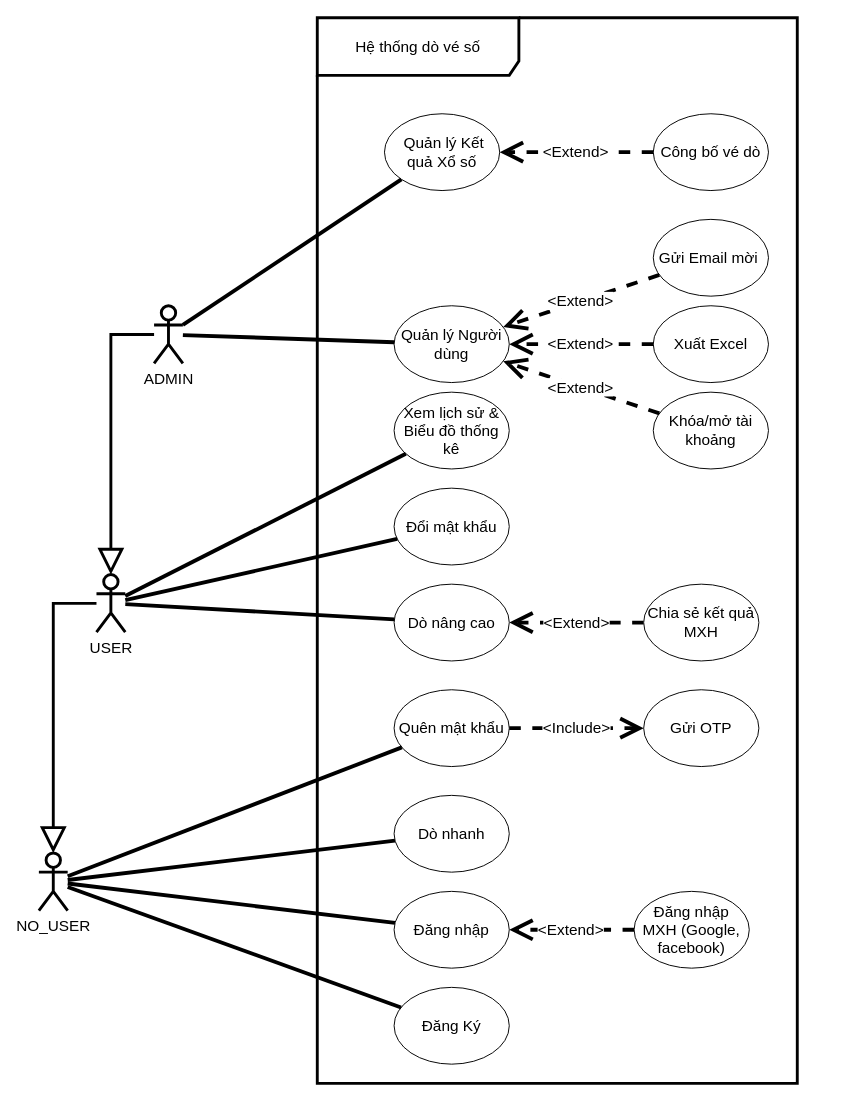
Stratoze/lab301 keeps this draw.io diagram as Task 1/Diagrams/Use Case Diagram.drawio. Above is the earlier version. Source tidied: cells renumbered, new cells numbered last; positions are measured from the earlier drawing's top-left corner, leaving out a move shared by most shapes. Both pictures are drawn from the tidied source at 96%, with x=0, y=0 at pixel (38, 17).
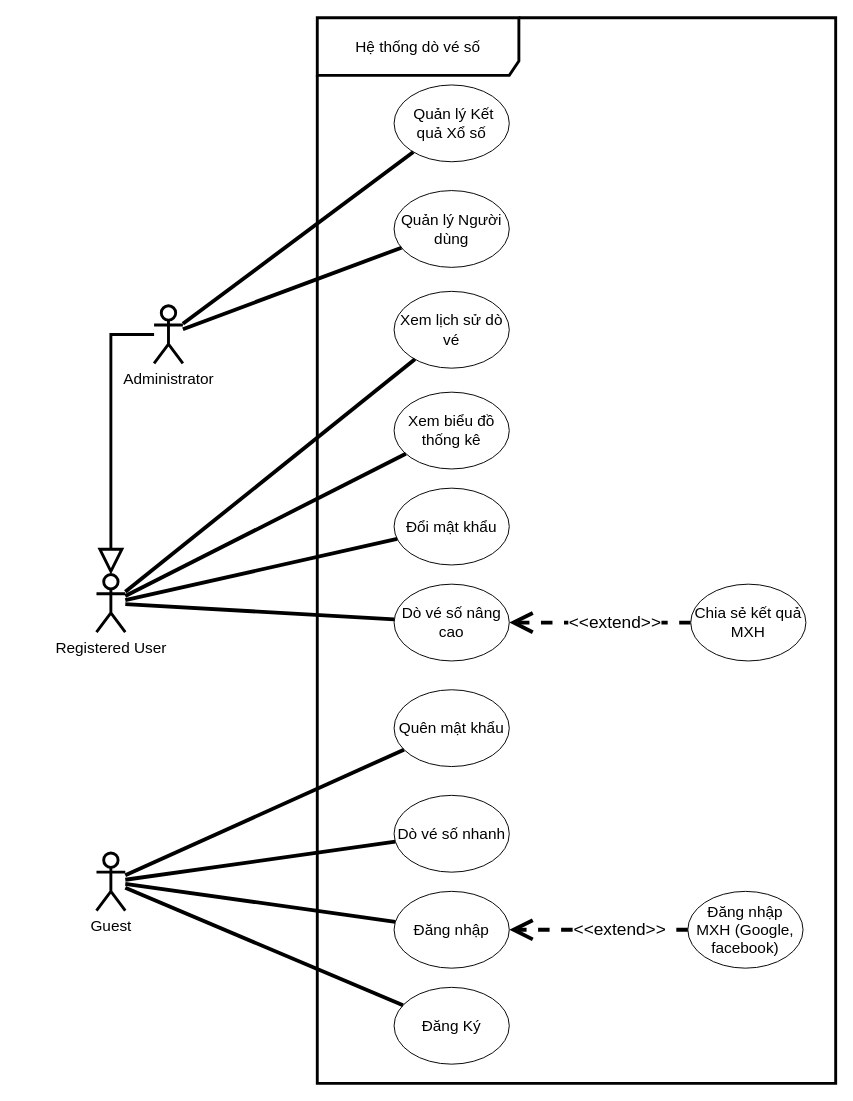
Above is the later version.

Commit message (it also covers changes not shown here):
updated usecase diagram

Unchanged cells that the change refers to:
```xml
<mxCell id="9" value="Đăng nhập" style="ellipse;whiteSpace=wrap;html=1;fontSize=16;" parent="1" vertex="1">
  <mxGeometry x="370" y="910" width="120" height="80" as="geometry" />
</mxCell>
<mxCell id="10" value="Quên mật khẩu" style="ellipse;whiteSpace=wrap;html=1;fontSize=16;" parent="1" vertex="1">
  <mxGeometry x="370" y="700" width="120" height="80" as="geometry" />
</mxCell>
```

What changed in the source:
```diff
@@
-    <mxCell id="3" value="&lt;div&gt;ADMIN&lt;/div&gt;" style="shape=umlActor;verticalLabelPosition=bottom;verticalAlign=top;html=1;outlineConnect=0;strokeWidth=3;fontSize=16;" parent="1" vertex="1">
+    <mxCell id="3" value="Administrator" style="shape=umlActor;verticalLabelPosition=bottom;verticalAlign=top;html=1;outlineConnect=0;strokeWidth=3;fontSize=16;" parent="1" vertex="1">
       <mxGeometry x="120" y="300" width="30" height="60" as="geometry" />
     </mxCell>
-    <mxCell id="4" style="edgeStyle=orthogonalEdgeStyle;rounded=0;jettySize=auto;html=1;endArrow=block;endFill=0;endSize=20;startSize=20;strokeWidth=3;fontSize=16;" parent="1" edge="1" source="5" target="6">
-      <mxGeometry relative="1" as="geometry" />
-    </mxCell>
-    <mxCell id="5" value="&lt;div&gt;USER&lt;/div&gt;" style="shape=umlActor;verticalLabelPosition=bottom;verticalAlign=top;html=1;outlineConnect=0;strokeWidth=3;fontSize=16;" parent="1" vertex="1">
+    <mxCell id="5" value="Registered User" style="shape=umlActor;verticalLabelPosition=bottom;verticalAlign=top;html=1;outlineConnect=0;strokeWidth=3;fontSize=16;" parent="1" vertex="1">
       <mxGeometry x="60" y="580" width="30" height="60" as="geometry" />
     </mxCell>
-    <mxCell id="6" value="&lt;div&gt;NO&lt;span style=&quot;background-color: transparent; color: light-dark(rgb(0, 0, 0), rgb(255, 255, 255));&quot;&gt;_USER&lt;/span&gt;&lt;/div&gt;" style="shape=umlActor;verticalLabelPosition=bottom;verticalAlign=top;html=1;outlineConnect=0;strokeWidth=3;fontSize=16;" parent="1" vertex="1">
-      <mxGeometry y="870" width="30" height="60" as="geometry" />
+    <mxCell id="6" value="&lt;div&gt;Guest&lt;/div&gt;" style="shape=umlActor;verticalLabelPosition=bottom;verticalAlign=top;html=1;outlineConnect=0;strokeWidth=3;fontSize=16;" parent="1" vertex="1">
+      <mxGeometry x="60" y="870" width="30" height="60" as="geometry" />
     </mxCell>
-    <mxCell id="7" value="Dò nhanh" style="ellipse;whiteSpace=wrap;html=1;fontSize=16;" parent="1" vertex="1">
+    <mxCell id="7" value="Dò vé số nhanh" style="ellipse;whiteSpace=wrap;html=1;fontSize=16;" parent="1" vertex="1">
       <mxGeometry x="370" y="810" width="120" height="80" as="geometry" />
     </mxCell>
@@
-    <mxCell id="11" value="Dò nâng cao" style="ellipse;whiteSpace=wrap;html=1;fontSize=16;" parent="1" vertex="1">
+    <mxCell id="11" value="Dò vé số nâng cao" style="ellipse;whiteSpace=wrap;html=1;fontSize=16;" parent="1" vertex="1">
       <mxGeometry x="370" y="590" width="120" height="80" as="geometry" />
     </mxCell>
@@
-    <mxCell id="13" value="Xem lịch sử &amp;amp; Biểu đồ thống kê" style="ellipse;whiteSpace=wrap;html=1;fontSize=16;" parent="1" vertex="1">
+    <mxCell id="13" value="Xem biểu đồ thống kê" style="ellipse;whiteSpace=wrap;html=1;fontSize=16;" parent="1" vertex="1">
       <mxGeometry x="370" y="390" width="120" height="80" as="geometry" />
     </mxCell>
     <mxCell id="14" value="Quản lý Người dùng" style="ellipse;whiteSpace=wrap;html=1;fontSize=16;" parent="1" vertex="1">
-      <mxGeometry x="370" y="300" width="120" height="80" as="geometry" />
+      <mxGeometry x="370" y="180" width="120" height="80" as="geometry" />
     </mxCell>
     <mxCell id="15" value="&amp;nbsp;Quản lý Kết quả Xổ số" style="ellipse;whiteSpace=wrap;html=1;fontSize=16;" parent="1" vertex="1">
-      <mxGeometry x="360" y="100" width="120" height="80" as="geometry" />
+      <mxGeometry x="370" y="70" width="120" height="80" as="geometry" />
     </mxCell>
@@
     <mxCell id="22" value="Hệ thống dò vé số" style="shape=umlFrame;whiteSpace=wrap;html=1;width=210;height=60;strokeWidth=3;fontSize=16;" parent="1" vertex="1">
-      <mxGeometry x="290" width="500" height="1110" as="geometry" />
+      <mxGeometry x="290" width="540" height="1110" as="geometry" />
     </mxCell>
@@
-    <mxCell id="26" value="&amp;lt;Extend&amp;gt;" style="edgeStyle=orthogonalEdgeStyle;rounded=0;jettySize=auto;html=1;strokeWidth=4;endArrow=open;endFill=0;startSize=16;endSize=16;dashed=1;fontSize=16;" parent="1" edge="1" source="27" target="11">
-      <mxGeometry relative="1" as="geometry" />
+    <mxCell id="26" value="&amp;lt;&amp;lt;extend&amp;gt;&amp;gt;" style="edgeStyle=orthogonalEdgeStyle;rounded=0;jettySize=auto;html=1;strokeWidth=4;endArrow=open;endFill=0;startSize=16;endSize=16;dashed=1;fontSize=18;" parent="1" edge="1" source="27" target="11">
+      <mxGeometry x="-0.16" relative="1" as="geometry" />
     </mxCell>
     <mxCell id="27" value="Chia sẻ kết quả MXH" style="ellipse;whiteSpace=wrap;html=1;fontSize=16;" parent="1" vertex="1">
-      <mxGeometry x="630" y="590" width="120" height="80" as="geometry" />
+      <mxGeometry x="679" y="590" width="120" height="80" as="geometry" />
     </mxCell>
-    <mxCell id="28" value="Xuất Excel" style="ellipse;whiteSpace=wrap;html=1;fontSize=16;" parent="1" vertex="1">
-      <mxGeometry x="640" y="300" width="120" height="80" as="geometry" />
-    </mxCell>
-    <mxCell id="29" value="&amp;lt;Extend&amp;gt;" style="edgeStyle=orthogonalEdgeStyle;rounded=0;jettySize=auto;html=1;strokeWidth=4;endArrow=open;endFill=0;startSize=16;endSize=16;dashed=1;fontSize=16;" parent="1" edge="1" source="28" target="14">
-      <mxGeometry x="0.01" relative="1" as="geometry" />
-    </mxCell>
-    <mxCell id="30" value="Gửi OTP" style="ellipse;whiteSpace=wrap;html=1;fontSize=16;" parent="1" vertex="1">
-      <mxGeometry x="630" y="700" width="120" height="80" as="geometry" />
-    </mxCell>
-    <mxCell id="31" value="Gửi Email mời&amp;nbsp;" style="ellipse;whiteSpace=wrap;html=1;fontSize=16;" parent="1" vertex="1">
-      <mxGeometry x="640" y="210" width="120" height="80" as="geometry" />
-    </mxCell>
-    <mxCell id="32" value="&amp;lt;Include&amp;gt;" style="edgeStyle=orthogonalEdgeStyle;rounded=0;jettySize=auto;html=1;strokeWidth=4;endArrow=open;endFill=0;startSize=16;endSize=16;dashed=1;fontSize=16;" parent="1" edge="1" source="10" target="30">
-      <mxGeometry relative="1" as="geometry" />
-    </mxCell>
-    <mxCell id="33" value="&amp;lt;Extend&amp;gt;" style="rounded=0;jettySize=auto;html=1;strokeWidth=4;endArrow=open;endFill=0;startSize=16;endSize=16;dashed=1;fontSize=16;" parent="1" edge="1" source="31" target="14">
-      <mxGeometry x="0.01" relative="1" as="geometry" />
-    </mxCell>
-    <mxCell id="34" value="Khóa/mở tài khoảng" style="ellipse;whiteSpace=wrap;html=1;fontSize=16;" parent="1" vertex="1">
-      <mxGeometry x="640" y="390" width="120" height="80" as="geometry" />
-    </mxCell>
-    <mxCell id="35" value="&amp;lt;Extend&amp;gt;" style="rounded=0;jettySize=auto;html=1;strokeWidth=4;endArrow=open;endFill=0;startSize=16;endSize=16;dashed=1;fontSize=16;" parent="1" edge="1" source="34" target="14">
-      <mxGeometry x="0.01" relative="1" as="geometry" />
-    </mxCell>
-    <mxCell id="36" value="Công bố vé dò" style="ellipse;whiteSpace=wrap;html=1;fontSize=16;" parent="1" vertex="1">
-      <mxGeometry x="640" y="100" width="120" height="80" as="geometry" />
-    </mxCell>
-    <mxCell id="37" value="&amp;lt;Extend&amp;gt;" style="rounded=0;jettySize=auto;html=1;strokeWidth=4;endArrow=open;endFill=0;startSize=16;endSize=16;dashed=1;fontSize=16;" parent="1" edge="1" source="36" target="15">
-      <mxGeometry x="0.01" relative="1" as="geometry" />
-    </mxCell>
     <mxCell id="38" value="Đăng nhập MXH (Google, facebook)" style="ellipse;whiteSpace=wrap;html=1;fontSize=16;" parent="1" vertex="1">
-      <mxGeometry x="620" y="910" width="120" height="80" as="geometry" />
+      <mxGeometry x="676" y="910" width="120" height="80" as="geometry" />
     </mxCell>
-    <mxCell id="39" value="&amp;lt;Extend&amp;gt;" style="rounded=0;jettySize=auto;html=1;strokeWidth=4;endArrow=open;endFill=0;startSize=16;endSize=16;dashed=1;fontSize=16;" parent="1" edge="1" source="38" target="9">
-      <mxGeometry x="0.01" relative="1" as="geometry" />
+    <mxCell id="39" value="&amp;lt;&amp;lt;extend&amp;gt;&amp;gt;" style="rounded=0;jettySize=auto;html=1;strokeWidth=4;endArrow=open;endFill=0;startSize=16;endSize=16;dashed=1;fontSize=18;" parent="1" edge="1" source="38" target="9">
+      <mxGeometry x="-0.25" relative="1" as="geometry">
+        <mxPoint x="-1" as="offset" />
+      </mxGeometry>
     </mxCell>
+    <mxCell id="40" value="Xem lịch sử dò vé" style="ellipse;whiteSpace=wrap;html=1;fontSize=16;" parent="1" vertex="1">
+      <mxGeometry x="370" y="285" width="120" height="80" as="geometry" />
+    </mxCell>
+    <mxCell id="41" style="edgeStyle=none;rounded=0;jettySize=auto;html=1;endArrow=none;endFill=0;strokeWidth=4;fontSize=16;" parent="1" edge="1" source="5" target="40">
+      <mxGeometry relative="1" as="geometry" />
+    </mxCell>
```
